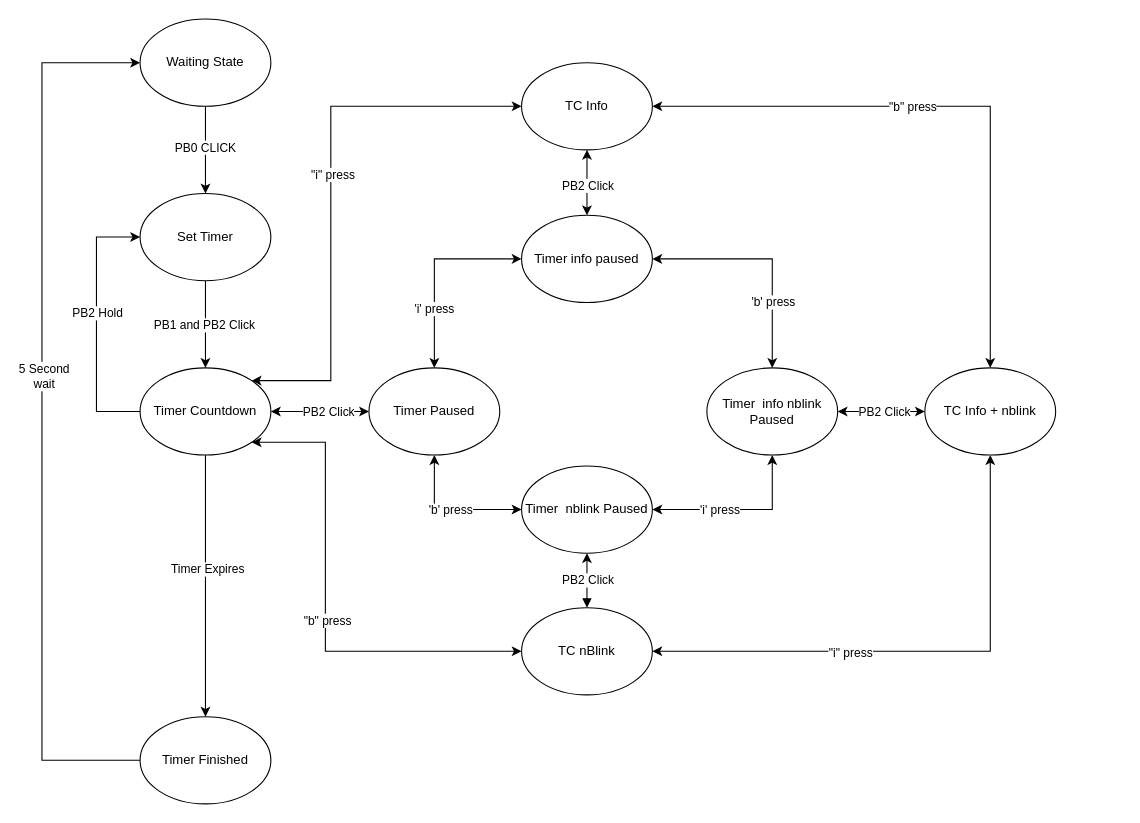
ryland-mueller/encm-511 keeps this draw.io diagram as final-project_Docs/StateDiagram.drawio. Above is the earlier version. Source tidied: cells renumbered, new cells numbered last; positions are measured from the earlier drawing's top-left corner, leaving out a move shared by most shapes. Both pictures are drawn from the tidied source at 109%, with x=0, y=0 at pixel (41, 19).
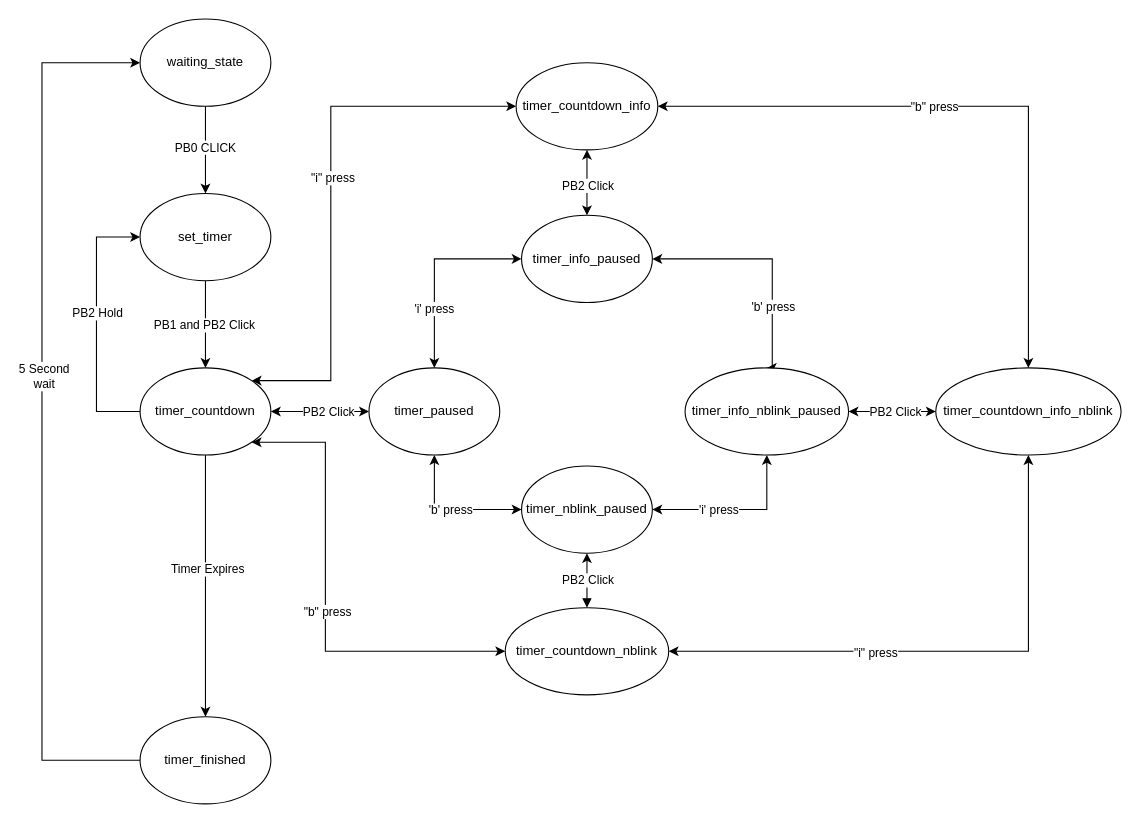
Above is the later version.

The edit, as a diff of the source:
```diff
@@
-    <mxCell id="4" value="Waiting State" style="ellipse;whiteSpace=wrap;html=1;" parent="1" vertex="1">
+    <mxCell id="4" value="waiting_state" style="ellipse;whiteSpace=wrap;html=1;" parent="1" vertex="1">
       <mxGeometry x="90" width="120" height="80" as="geometry" />
     </mxCell>
@@
-    <mxCell id="7" value="Set Timer" style="ellipse;whiteSpace=wrap;html=1;" parent="1" vertex="1">
+    <mxCell id="7" value="set_timer" style="ellipse;whiteSpace=wrap;html=1;" parent="1" vertex="1">
       <mxGeometry x="90" y="160" width="120" height="80" as="geometry" />
     </mxCell>
@@
-    <mxCell id="18" value="Timer Countdown" style="ellipse;whiteSpace=wrap;html=1;" parent="1" vertex="1">
+    <mxCell id="18" value="timer_countdown" style="ellipse;whiteSpace=wrap;html=1;" parent="1" vertex="1">
       <mxGeometry x="90" y="320" width="120" height="80" as="geometry" />
     </mxCell>
@@
-    <mxCell id="21" value="TC Info" style="ellipse;whiteSpace=wrap;html=1;" parent="1" vertex="1">
-      <mxGeometry x="440" y="40" width="120" height="80" as="geometry" />
+    <mxCell id="21" value="timer_countdown_info" style="ellipse;whiteSpace=wrap;html=1;" parent="1" vertex="1">
+      <mxGeometry x="435" y="40" width="130" height="80" as="geometry" />
     </mxCell>
-    <mxCell id="22" value="TC Info + nblink" style="ellipse;whiteSpace=wrap;html=1;" parent="1" vertex="1">
-      <mxGeometry x="810" y="320" width="120" height="80" as="geometry" />
+    <mxCell id="22" value="timer_countdown_info_nblink" style="ellipse;whiteSpace=wrap;html=1;" parent="1" vertex="1">
+      <mxGeometry x="820" y="320" width="170" height="80" as="geometry" />
     </mxCell>
@@
-    <mxCell id="27" value="TC nBlink" style="ellipse;whiteSpace=wrap;html=1;" parent="1" vertex="1">
-      <mxGeometry x="440" y="540" width="120" height="80" as="geometry" />
+    <mxCell id="27" value="timer_countdown_nblink" style="ellipse;whiteSpace=wrap;html=1;" parent="1" vertex="1">
+      <mxGeometry x="425" y="540" width="150" height="80" as="geometry" />
     </mxCell>
@@
-    <mxCell id="32" value="Timer Paused" style="ellipse;whiteSpace=wrap;html=1;" parent="1" vertex="1">
+    <mxCell id="32" value="timer_paused" style="ellipse;whiteSpace=wrap;html=1;" parent="1" vertex="1">
       <mxGeometry x="300" y="320" width="120" height="80" as="geometry" />
     </mxCell>
@@
-    <mxCell id="35" value="Timer Finished" style="ellipse;whiteSpace=wrap;html=1;" parent="1" vertex="1">
+    <mxCell id="35" value="timer_finished" style="ellipse;whiteSpace=wrap;html=1;" parent="1" vertex="1">
       <mxGeometry x="90" y="640" width="120" height="80" as="geometry" />
     </mxCell>
@@
-    <mxCell id="40" value="Timer info paused" style="ellipse;whiteSpace=wrap;html=1;" parent="1" vertex="1">
+    <mxCell id="40" value="timer_info_paused" style="ellipse;whiteSpace=wrap;html=1;" parent="1" vertex="1">
       <mxGeometry x="440" y="180" width="120" height="80" as="geometry" />
     </mxCell>
@@
-    <mxCell id="43" value="Timer&amp;nbsp; nblink Paused" style="ellipse;whiteSpace=wrap;html=1;" parent="1" vertex="1">
+    <mxCell id="43" value="timer_nblink_paused" style="ellipse;whiteSpace=wrap;html=1;" parent="1" vertex="1">
       <mxGeometry x="440" y="410" width="120" height="80" as="geometry" />
     </mxCell>
-    <mxCell id="44" value="Timer&amp;nbsp; info nblink Paused" style="ellipse;whiteSpace=wrap;html=1;" parent="1" vertex="1">
-      <mxGeometry x="610" y="320" width="120" height="80" as="geometry" />
+    <mxCell id="44" value="timer_info_nblink_paused" style="ellipse;whiteSpace=wrap;html=1;" parent="1" vertex="1">
+      <mxGeometry x="590" y="320" width="150" height="80" as="geometry" />
     </mxCell>
```
